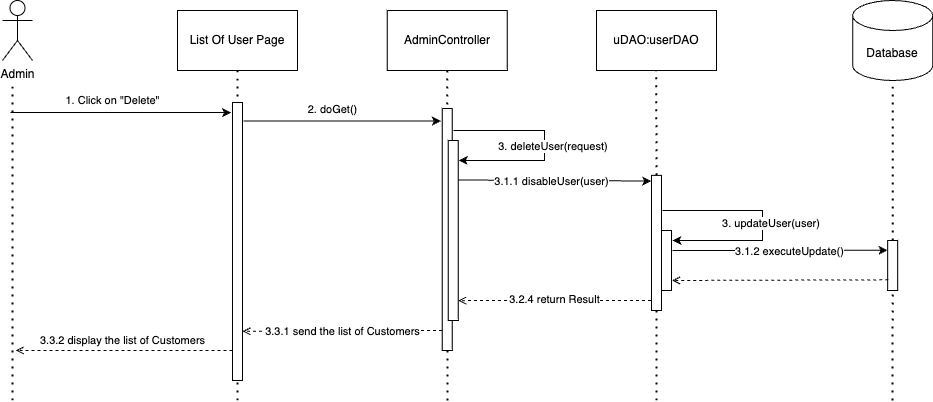
Before: document/SDS/20. Ban_Customer_Account/Sequence_Diagram/Ban_Customer_Account_Sequence_Diagram.drawio.png, a diagram exported from draw.io (QuocZuong/perfume-store). Source tidied: cells renumbered, new cells last; positions are measured from the earlier drawing's top-left corner, leaving out a move shared by most shapes. Source of this version:
```xml
<mxGraphModel>
  <root>
    <mxCell id="0" />
    <mxCell id="1" parent="0" />
    <mxCell id="2" style="endArrow=none;dashed=1;html=1;dashPattern=1 3;strokeWidth=2;rounded=0;" parent="1" edge="1">
      <mxGeometry relative="1" as="geometry">
        <mxPoint x="10" y="400" as="sourcePoint" />
        <mxPoint x="10" y="80" as="targetPoint" />
      </mxGeometry>
    </mxCell>
    <mxCell id="3" style="endArrow=none;dashed=1;html=1;dashPattern=1 3;strokeWidth=2;rounded=0;entryX=0.5;entryY=1;entryDx=0;entryDy=0;startArrow=none;" parent="1" edge="1" source="22">
      <mxGeometry relative="1" as="geometry">
        <mxPoint x="653.8" y="70" as="targetPoint" />
      </mxGeometry>
    </mxCell>
    <mxCell id="4" value="Admin" style="shape=umlActor;verticalLabelPosition=bottom;verticalAlign=top;html=1;" parent="1" vertex="1">
      <mxGeometry width="30" height="60" as="geometry" />
    </mxCell>
    <mxCell id="5" value="List Of User Page" style="rounded=0;whiteSpace=wrap;html=1;" parent="1" vertex="1">
      <mxGeometry x="175" y="10" width="120" height="60" as="geometry" />
    </mxCell>
    <mxCell id="6" value="AdminController" style="rounded=0;whiteSpace=wrap;html=1;" parent="1" vertex="1">
      <mxGeometry x="384.7" y="10" width="120" height="60" as="geometry" />
    </mxCell>
    <mxCell id="7" style="endArrow=none;dashed=1;html=1;dashPattern=1 3;strokeWidth=2;rounded=0;entryX=0.5;entryY=1;entryDx=0;entryDy=0;" parent="1" edge="1">
      <mxGeometry relative="1" as="geometry">
        <mxPoint x="235" y="400" as="sourcePoint" />
        <mxPoint x="235" y="70" as="targetPoint" />
      </mxGeometry>
    </mxCell>
    <mxCell id="8" style="endArrow=none;dashed=1;html=1;dashPattern=1 3;strokeWidth=2;rounded=0;entryX=0.5;entryY=1;entryDx=0;entryDy=0;" parent="1" edge="1" target="6">
      <mxGeometry relative="1" as="geometry">
        <mxPoint x="445" y="400" as="sourcePoint" />
      </mxGeometry>
    </mxCell>
    <mxCell id="9" value="1. Click on &quot;Delete&quot;" style="endArrow=classic;html=1;rounded=0;entryX=-0.044;entryY=0.029;entryDx=0;entryDy=0;entryPerimeter=0;" parent="1" edge="1">
      <mxGeometry x="-0.08" y="12" relative="1" as="geometry">
        <mxPoint x="8" y="112" as="sourcePoint" />
        <mxPoint x="228.6" y="112.1" as="targetPoint" />
      </mxGeometry>
    </mxCell>
    <mxCell id="10" value="Database" style="shape=cylinder3;whiteSpace=wrap;html=1;boundedLbl=1;backgroundOutline=1;size=15;" parent="1" vertex="1">
      <mxGeometry x="850.2" width="80" height="80" as="geometry" />
    </mxCell>
    <mxCell id="11" style="endArrow=none;dashed=1;html=1;dashPattern=1 3;strokeWidth=2;rounded=0;entryX=0.5;entryY=1;entryDx=0;entryDy=0;startArrow=none;" parent="1" edge="1" source="24">
      <mxGeometry relative="1" as="geometry">
        <mxPoint x="890.2" y="80" as="targetPoint" />
      </mxGeometry>
    </mxCell>
    <mxCell id="12" style="endArrow=classic;html=1;rounded=0;entryX=-0.132;entryY=0.022;entryDx=0;entryDy=0;entryPerimeter=0;exitX=1;exitY=0.053;exitDx=0;exitDy=0;exitPerimeter=0;" parent="1" edge="1">
      <mxGeometry x="-0.04" y="-4" relative="1" as="geometry">
        <mxPoint x="241" y="120.4" as="sourcePoint" />
        <mxPoint x="438.4" y="120.6" as="targetPoint" />
      </mxGeometry>
    </mxCell>
    <mxCell id="13" value="2. doGet()" style="edgeLabel;html=1;align=center;verticalAlign=middle;" parent="12" vertex="1">
      <mxGeometry x="-0.52" y="-2" relative="1" as="geometry">
        <mxPoint x="42" y="-14" as="offset" />
      </mxGeometry>
    </mxCell>
    <mxCell id="14" style="rounded=0;whiteSpace=wrap;html=1;" parent="1" vertex="1">
      <mxGeometry x="439.7" y="108" width="10" height="242" as="geometry" />
    </mxCell>
    <mxCell id="15" value="3.1.1 disableUser(user)" style="endArrow=classic;html=1;rounded=0;exitX=1.028;exitY=0.068;exitDx=0;exitDy=0;exitPerimeter=0;entryX=-0.026;entryY=0.042;entryDx=0;entryDy=0;entryPerimeter=0;" parent="1" edge="1" target="22">
      <mxGeometry x="-0.01" y="-1" relative="1" as="geometry">
        <mxPoint x="453" y="179.4" as="sourcePoint" />
      </mxGeometry>
    </mxCell>
    <mxCell id="16" style="endArrow=classic;html=1;rounded=0;entryX=-0.018;entryY=0.195;entryDx=0;entryDy=0;entryPerimeter=0;" parent="1" edge="1" target="24">
      <mxGeometry x="-0.72" relative="1" as="geometry">
        <mxPoint x="670" y="250" as="sourcePoint" />
      </mxGeometry>
    </mxCell>
    <mxCell id="17" value="3.1.2 executeUpdate()" style="edgeLabel;html=1;align=center;verticalAlign=middle;" parent="16" vertex="1">
      <mxGeometry x="-0.18" y="-1" relative="1" as="geometry">
        <mxPoint x="29" as="offset" />
      </mxGeometry>
    </mxCell>
    <mxCell id="18" style="rounded=0;whiteSpace=wrap;html=1;" parent="1" vertex="1">
      <mxGeometry x="445.7" y="140" width="10" height="180" as="geometry" />
    </mxCell>
    <mxCell id="19" value="3. deleteUser(request)&amp;nbsp;" style="endArrow=classic;html=1;rounded=0;entryX=1.048;entryY=0.111;entryDx=0;entryDy=0;entryPerimeter=0;" parent="1" edge="1" target="18">
      <mxGeometry x="0.03" y="10" relative="1" as="geometry">
        <mxPoint x="451" y="130" as="sourcePoint" />
        <Array as="points">
          <mxPoint x="542" y="130" />
          <mxPoint x="542.1" y="160" />
          <mxPoint x="502.1" y="160" />
        </Array>
      </mxGeometry>
    </mxCell>
    <mxCell id="20" value="uDAO:userDAO" style="rounded=0;whiteSpace=wrap;html=1;" parent="1" vertex="1">
      <mxGeometry x="594" y="10" width="120" height="60" as="geometry" />
    </mxCell>
    <mxCell id="21" style="endArrow=none;dashed=1;html=1;dashPattern=1 3;strokeWidth=2;rounded=0;entryX=0.5;entryY=1;entryDx=0;entryDy=0;" parent="1" edge="1" target="22">
      <mxGeometry relative="1" as="geometry">
        <mxPoint x="654" y="400" as="sourcePoint" />
      </mxGeometry>
    </mxCell>
    <mxCell id="22" style="rounded=0;whiteSpace=wrap;html=1;" parent="1" vertex="1">
      <mxGeometry x="649" y="174.9" width="10" height="135.1" as="geometry" />
    </mxCell>
    <mxCell id="23" style="endArrow=none;dashed=1;html=1;dashPattern=1 3;strokeWidth=2;rounded=0;entryX=0.5;entryY=1;entryDx=0;entryDy=0;startArrow=none;" parent="1" edge="1" target="24">
      <mxGeometry relative="1" as="geometry">
        <mxPoint x="890" y="400" as="sourcePoint" />
      </mxGeometry>
    </mxCell>
    <mxCell id="24" style="rounded=0;whiteSpace=wrap;html=1;" parent="1" vertex="1">
      <mxGeometry x="885.2" y="240" width="10" height="50" as="geometry" />
    </mxCell>
    <mxCell id="25" style="rounded=0;whiteSpace=wrap;html=1;" parent="1" vertex="1">
      <mxGeometry x="230" y="102" width="10" height="278" as="geometry" />
    </mxCell>
    <mxCell id="26" style="endArrow=open;html=1;rounded=0;dashed=1;endFill=0;exitX=-0.018;exitY=0.282;exitDx=0;exitDy=0;exitPerimeter=0;" parent="1" edge="1">
      <mxGeometry x="0.72" y="2" relative="1" as="geometry">
        <mxPoint x="439.5" y="330" as="sourcePoint" />
        <mxPoint x="240" y="330.8" as="targetPoint" />
      </mxGeometry>
    </mxCell>
    <mxCell id="27" value="3.3.1 send the list of Customers" style="edgeLabel;html=1;align=center;verticalAlign=middle;" parent="26" vertex="1">
      <mxGeometry x="0.11" relative="1" as="geometry">
        <mxPoint x="11" as="offset" />
      </mxGeometry>
    </mxCell>
    <mxCell id="28" style="endArrow=open;html=1;rounded=0;dashed=1;endFill=0;exitX=0.11;exitY=0.279;exitDx=0;exitDy=0;exitPerimeter=0;" parent="1" edge="1">
      <mxGeometry x="0.72" y="2" relative="1" as="geometry">
        <mxPoint x="230" y="350" as="sourcePoint" />
        <mxPoint x="13.3" y="350" as="targetPoint" />
      </mxGeometry>
    </mxCell>
    <mxCell id="29" value="3.3.2 display the list of Customers" style="edgeLabel;html=1;align=center;verticalAlign=middle;" parent="28" vertex="1">
      <mxGeometry x="0.11" relative="1" as="geometry">
        <mxPoint x="11" y="-10" as="offset" />
      </mxGeometry>
    </mxCell>
    <mxCell id="30" style="endArrow=open;html=1;rounded=0;dashed=1;endFill=0;exitX=0;exitY=0.5;exitDx=0;exitDy=0;entryX=1.055;entryY=0.2;entryDx=0;entryDy=0;entryPerimeter=0;" parent="1" edge="1">
      <mxGeometry x="0.72" y="2" relative="1" as="geometry">
        <mxPoint x="648.4" y="300" as="sourcePoint" />
        <mxPoint x="455.7" y="300.1" as="targetPoint" />
      </mxGeometry>
    </mxCell>
    <mxCell id="31" value="3.2.4 return Result" style="edgeLabel;html=1;align=center;verticalAlign=middle;" parent="30" vertex="1">
      <mxGeometry x="0.11" relative="1" as="geometry">
        <mxPoint x="11" y="-1" as="offset" />
      </mxGeometry>
    </mxCell>
    <mxCell id="32" style="endArrow=open;html=1;rounded=0;dashed=1;endFill=0;exitX=0.06;exitY=0.787;exitDx=0;exitDy=0;entryX=1.064;entryY=0.833;entryDx=0;entryDy=0;exitPerimeter=0;entryPerimeter=0;" parent="1" edge="1" source="24" target="33">
      <mxGeometry x="0.72" y="2" relative="1" as="geometry" />
    </mxCell>
    <mxCell id="33" style="rounded=0;whiteSpace=wrap;html=1;" parent="1" vertex="1">
      <mxGeometry x="659" y="230" width="10" height="60" as="geometry" />
    </mxCell>
    <mxCell id="34" value="3. updateUser(user)&amp;nbsp;" style="endArrow=classic;html=1;rounded=0;" parent="1" edge="1">
      <mxGeometry x="0.03" y="10" relative="1" as="geometry">
        <mxPoint x="660" y="210" as="sourcePoint" />
        <mxPoint x="670" y="240" as="targetPoint" />
        <Array as="points">
          <mxPoint x="760" y="210" />
          <mxPoint x="760.1" y="240" />
          <mxPoint x="720.1" y="240" />
        </Array>
      </mxGeometry>
    </mxCell>
  </root>
</mxGraphModel>
```
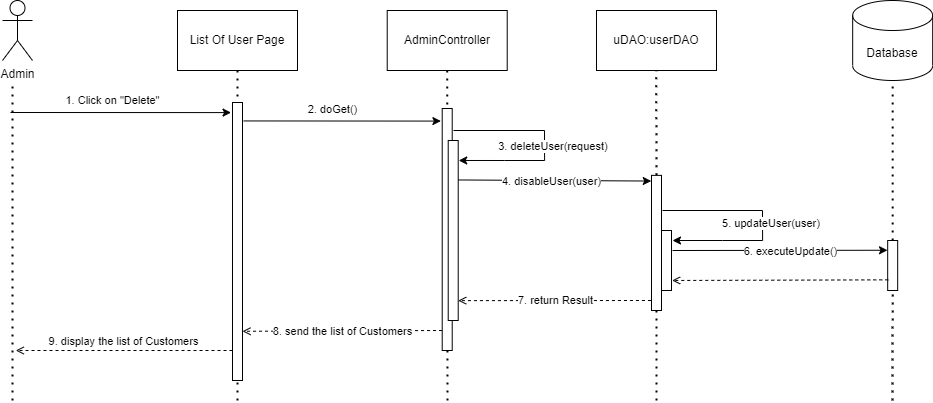
Later version of the same file.

The edit, as a diff of the source:
```diff
@@ -61,7 +61,7 @@
     <mxCell id="14" style="rounded=0;whiteSpace=wrap;html=1;" parent="1" vertex="1">
       <mxGeometry x="439.7" y="108" width="10" height="242" as="geometry" />
     </mxCell>
-    <mxCell id="15" value="3.1.1 disableUser(user)" style="endArrow=classic;html=1;rounded=0;exitX=1.028;exitY=0.068;exitDx=0;exitDy=0;exitPerimeter=0;entryX=-0.026;entryY=0.042;entryDx=0;entryDy=0;entryPerimeter=0;" parent="1" edge="1" target="22">
+    <mxCell id="15" value="4. disableUser(user)" style="endArrow=classic;html=1;rounded=0;exitX=1.028;exitY=0.068;exitDx=0;exitDy=0;exitPerimeter=0;entryX=-0.026;entryY=0.042;entryDx=0;entryDy=0;entryPerimeter=0;" parent="1" edge="1" target="22">
       <mxGeometry x="-0.01" y="-1" relative="1" as="geometry">
         <mxPoint x="453" y="179.4" as="sourcePoint" />
       </mxGeometry>
@@ -71,7 +71,7 @@
         <mxPoint x="670" y="250" as="sourcePoint" />
       </mxGeometry>
     </mxCell>
-    <mxCell id="17" value="3.1.2 executeUpdate()" style="edgeLabel;html=1;align=center;verticalAlign=middle;" parent="16" vertex="1">
+    <mxCell id="17" value="6. executeUpdate()" style="edgeLabel;html=1;align=center;verticalAlign=middle;" parent="16" vertex="1">
       <mxGeometry x="-0.18" y="-1" relative="1" as="geometry">
         <mxPoint x="29" as="offset" />
       </mxGeometry>
@@ -117,7 +117,7 @@
         <mxPoint x="240" y="330.8" as="targetPoint" />
       </mxGeometry>
     </mxCell>
-    <mxCell id="27" value="3.3.1 send the list of Customers" style="edgeLabel;html=1;align=center;verticalAlign=middle;" parent="26" vertex="1">
+    <mxCell id="27" value="8. send the list of Customers" style="edgeLabel;html=1;align=center;verticalAlign=middle;" parent="26" vertex="1">
       <mxGeometry x="0.11" relative="1" as="geometry">
         <mxPoint x="11" as="offset" />
       </mxGeometry>
@@ -128,7 +128,7 @@
         <mxPoint x="13.3" y="350" as="targetPoint" />
       </mxGeometry>
     </mxCell>
-    <mxCell id="29" value="3.3.2 display the list of Customers" style="edgeLabel;html=1;align=center;verticalAlign=middle;" parent="28" vertex="1">
+    <mxCell id="29" value="9. display the list of Customers" style="edgeLabel;html=1;align=center;verticalAlign=middle;" parent="28" vertex="1">
       <mxGeometry x="0.11" relative="1" as="geometry">
         <mxPoint x="11" y="-10" as="offset" />
       </mxGeometry>
@@ -139,7 +139,7 @@
         <mxPoint x="455.7" y="300.1" as="targetPoint" />
       </mxGeometry>
     </mxCell>
-    <mxCell id="31" value="3.2.4 return Result" style="edgeLabel;html=1;align=center;verticalAlign=middle;" parent="30" vertex="1">
+    <mxCell id="31" value="7. return Result" style="edgeLabel;html=1;align=center;verticalAlign=middle;" parent="30" vertex="1">
       <mxGeometry x="0.11" relative="1" as="geometry">
         <mxPoint x="11" y="-1" as="offset" />
       </mxGeometry>
@@ -150,7 +150,7 @@
     <mxCell id="33" style="rounded=0;whiteSpace=wrap;html=1;" parent="1" vertex="1">
       <mxGeometry x="659" y="230" width="10" height="60" as="geometry" />
     </mxCell>
-    <mxCell id="34" value="3. updateUser(user)&amp;nbsp;" style="endArrow=classic;html=1;rounded=0;" parent="1" edge="1">
+    <mxCell id="34" value="5. updateUser(user)&amp;nbsp;" style="endArrow=classic;html=1;rounded=0;" parent="1" edge="1">
       <mxGeometry x="0.03" y="10" relative="1" as="geometry">
         <mxPoint x="660" y="210" as="sourcePoint" />
         <mxPoint x="670" y="240" as="targetPoint" />
```
